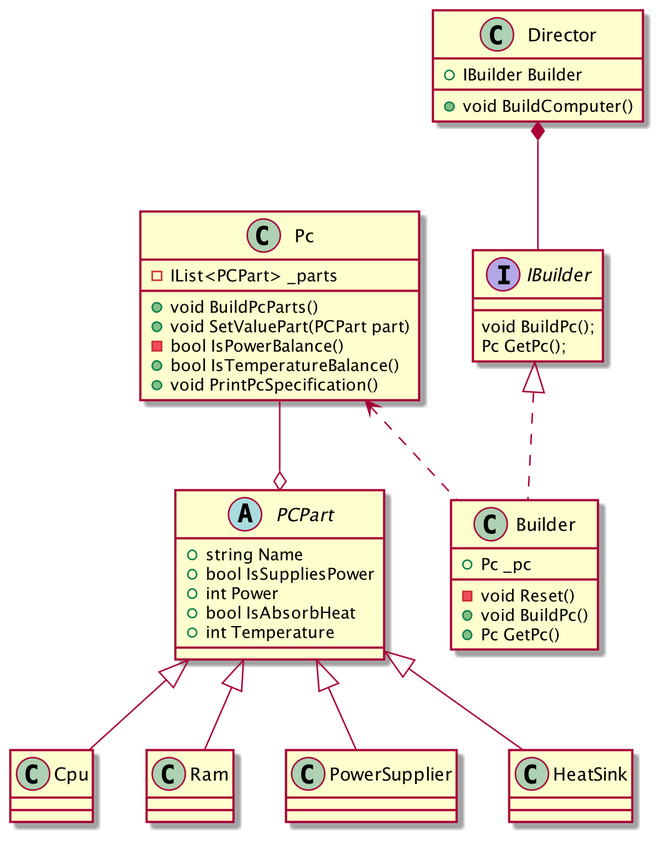
Earlier version of the PlantUML export PCBuilder/Uml/Uml.png (brzozasr/PCBuilder).
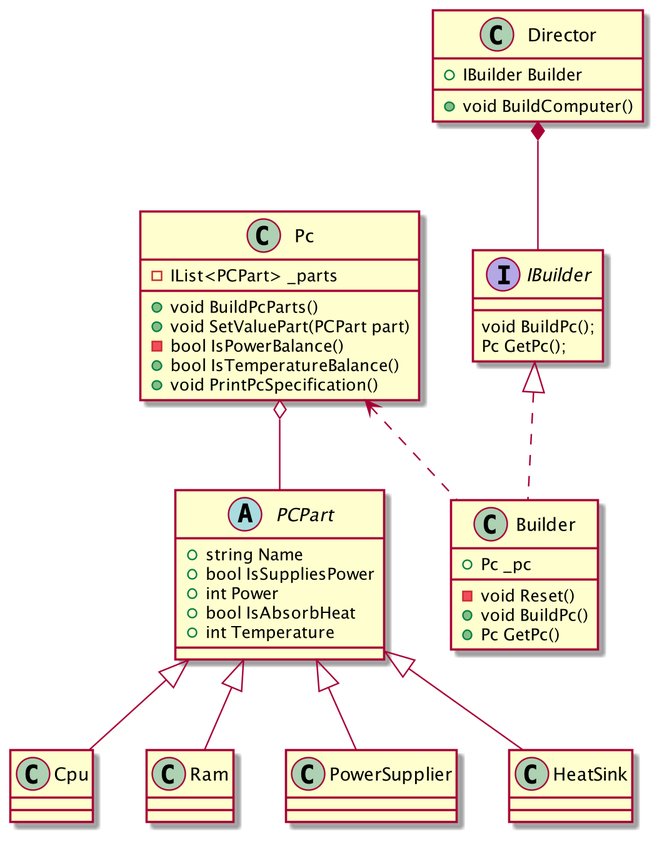
After the commit.

Diff of the diagram source:
```diff
@@ -52,6 +52,6 @@
 IBuilder <|.. Builder
 Pc <.. Builder
 Director *-- IBuilder
-Pc --o PCPart
+Pc o-- PCPart
 
 @enduml
```
